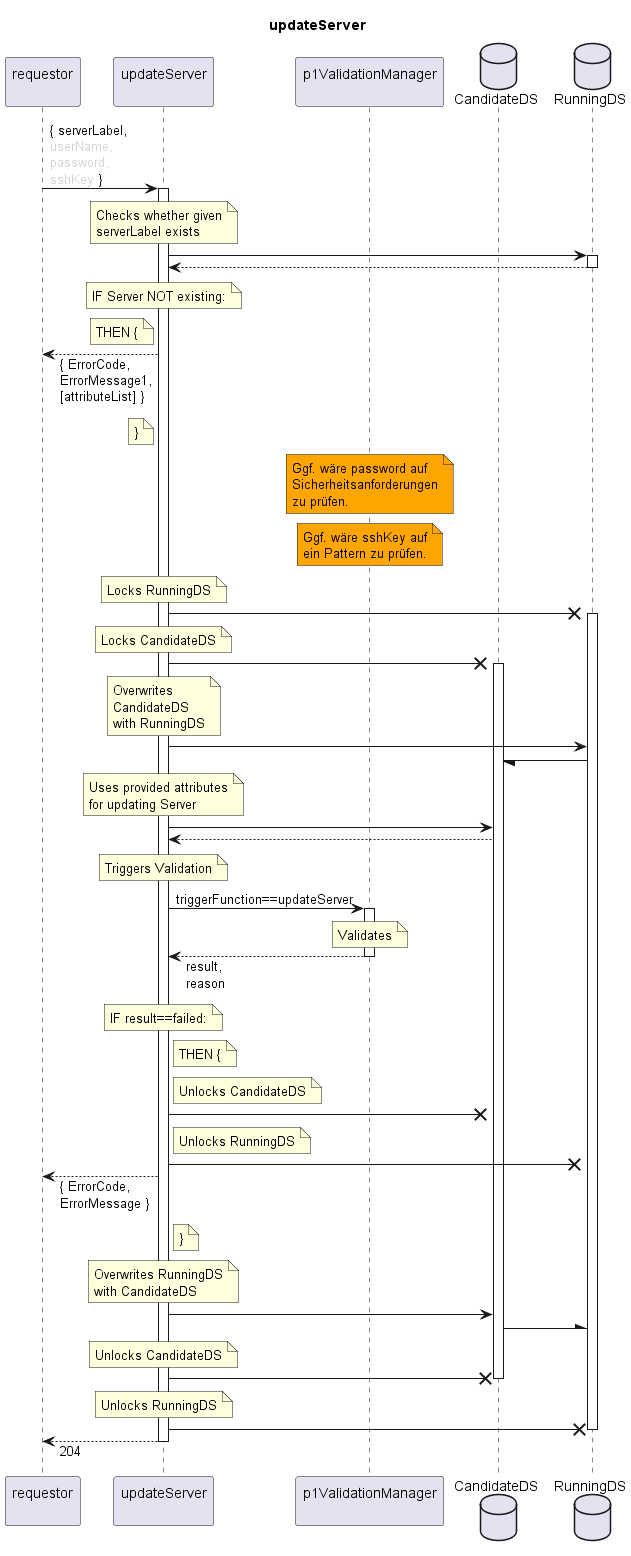
This is spec/Services/updateServer/1.0.0/updateServer.png from openBackhaul/FirmWareManager, a PlantUML export, as it was before one commit.
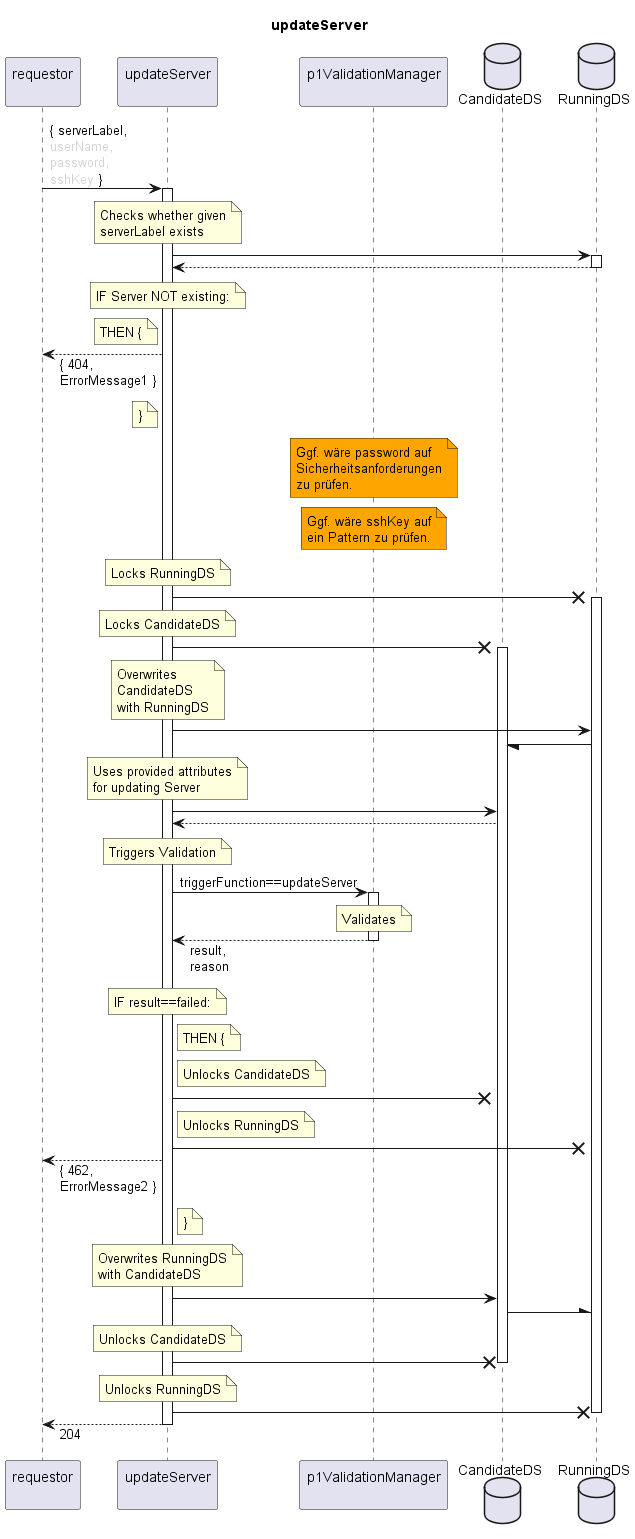
After the change.

What changed in the source:
```diff
@@ -28,7 +28,7 @@
   note left indServ
     THEN {
   end note
-  requestor <-- indServ: { ErrorCode,\nErrorMessage1,\n[attributeList] }
+  requestor <-- indServ: { 404,\nErrorMessage1 }
   note left indServ
     }
   end note
@@ -93,7 +93,7 @@
     Unlocks RunningDS
   end note
   indServ -X RunDS
-  requestor <-- indServ: { ErrorCode,\nErrorMessage }
+  requestor <-- indServ: { 462,\nErrorMessage2 }
   note right indServ
     }
   end note
```
